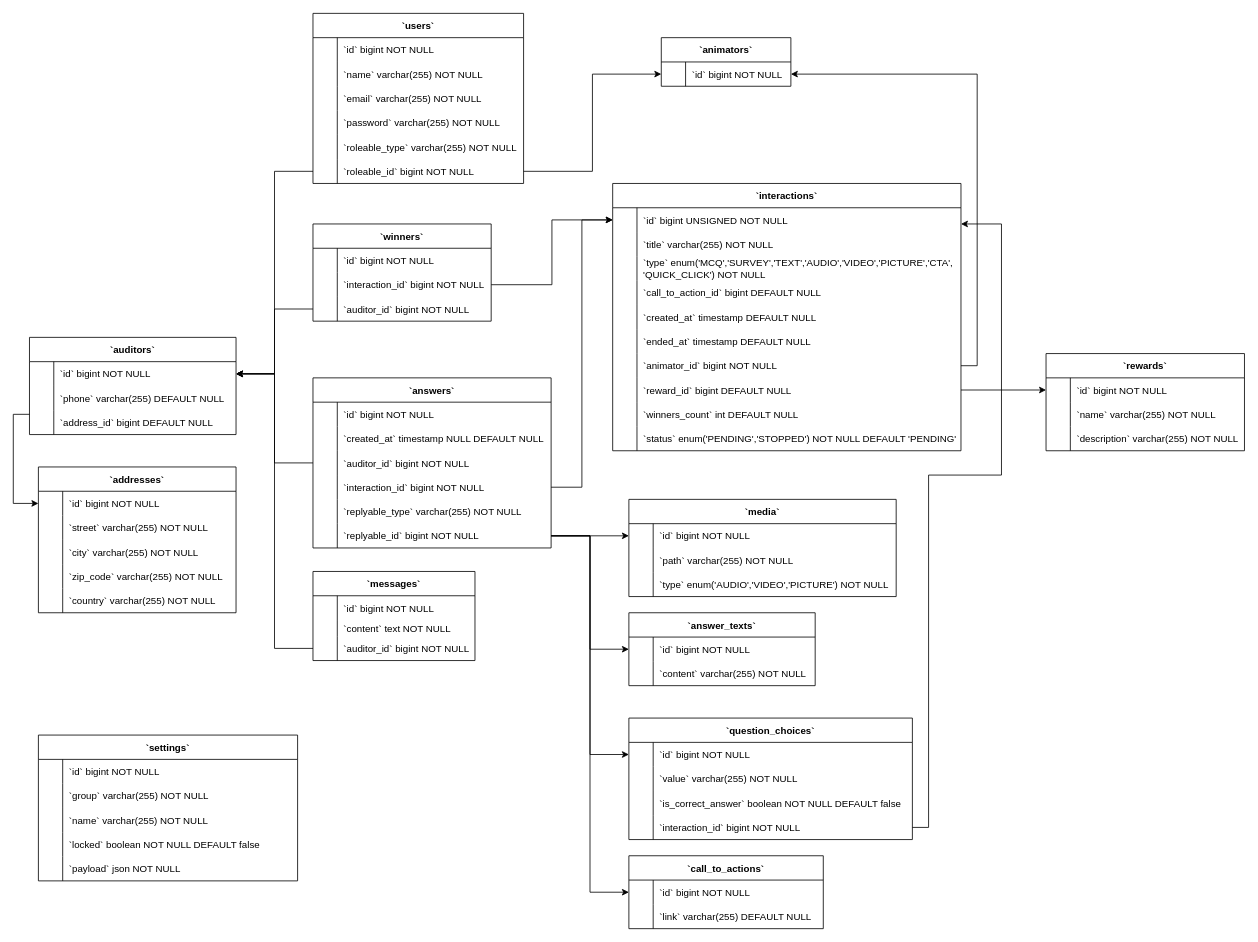
Before: docs/Wiki/Backend/database/schema_relationnel.drawio in C-Super/couleur3, a draw.io diagram. Source tidied: cells renumbered, new cells numbered last; positions are measured from the earlier drawing's top-left corner, leaving out a move shared by most shapes. Both pictures are drawn from the tidied source at 81%, with x=0, y=0 at pixel (13, 13).
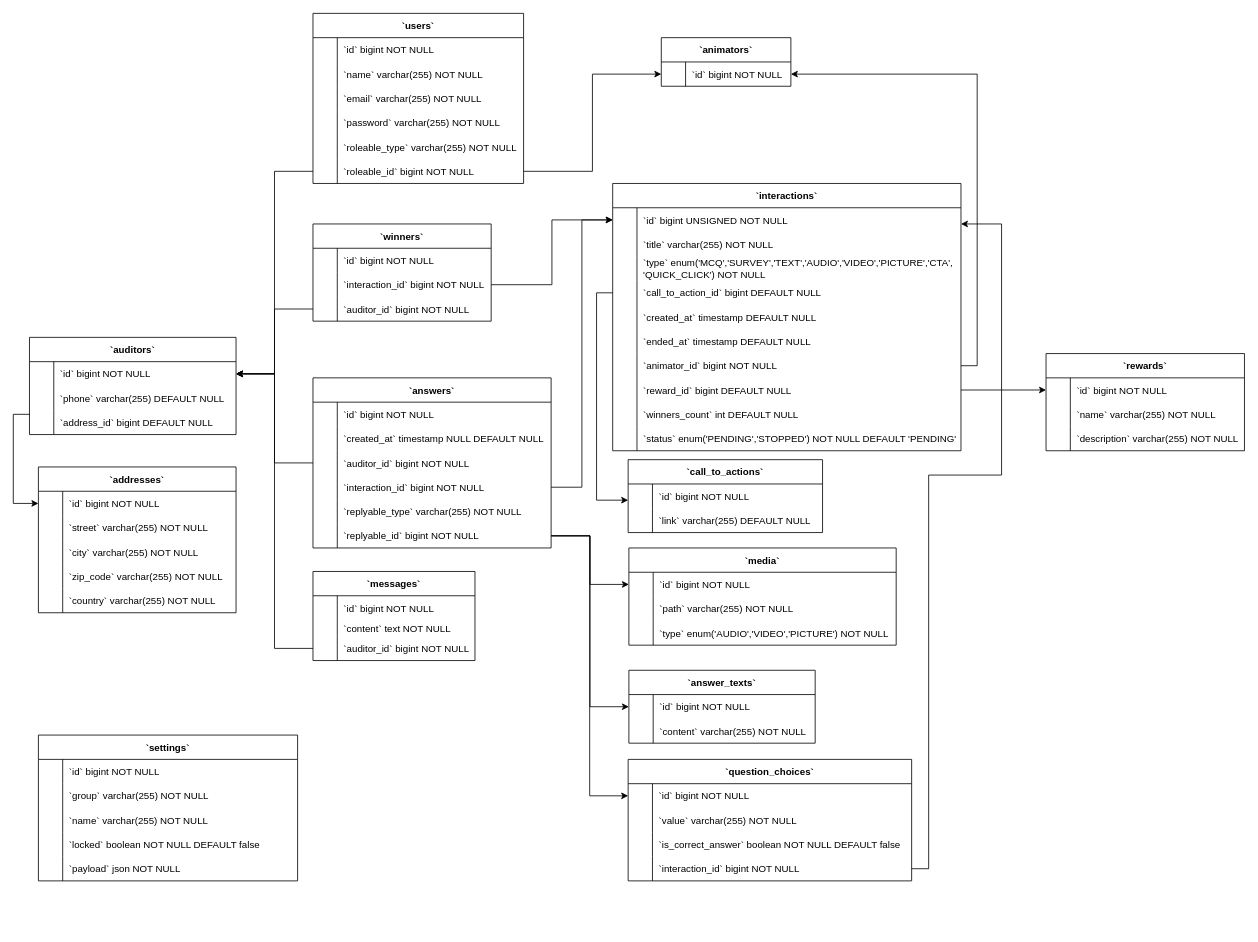
The same diagram, later.

Commit message (it also covers changes not shown here):
modification diagrammes bd

The change refers to these unchanged cells:
```xml
<mxCell id="40" style="shape=tableRow;horizontal=0;startSize=0;swimlaneHead=0;swimlaneBody=0;fillColor=none;points=[[0,0.5],[1,0.5]];portConstraint=eastwest;strokeColor=inherit;top=0;left=0;right=0;bottom=0;" parent="24" vertex="1">
  <mxGeometry y="180" width="294" height="30" as="geometry" />
</mxCell>
<mxCell id="61" style="shape=tableRow;horizontal=0;startSize=0;swimlaneHead=0;swimlaneBody=0;fillColor=none;points=[[0,0.5],[1,0.5]];portConstraint=eastwest;strokeColor=inherit;top=0;left=0;right=0;bottom=0;" parent="60" vertex="1">
  <mxGeometry y="30" width="240" height="30" as="geometry" />
</mxCell>
<mxCell id="68" style="shape=tableRow;horizontal=0;startSize=0;swimlaneHead=0;swimlaneBody=0;fillColor=none;points=[[0,0.5],[1,0.5]];portConstraint=eastwest;strokeColor=inherit;top=0;left=0;right=0;bottom=0;" parent="67" vertex="1">
  <mxGeometry y="30" width="430" height="30" as="geometry" />
</mxCell>
<mxCell id="77" style="shape=tableRow;horizontal=0;startSize=0;swimlaneHead=0;swimlaneBody=0;fillColor=none;points=[[0,0.5],[1,0.5]];portConstraint=eastwest;strokeColor=inherit;top=0;left=0;right=0;bottom=0;" parent="67" vertex="1">
  <mxGeometry y="120" width="430" height="30" as="geometry" />
</mxCell>
<mxCell id="128" style="shape=tableRow;horizontal=0;startSize=0;swimlaneHead=0;swimlaneBody=0;fillColor=none;points=[[0,0.5],[1,0.5]];portConstraint=eastwest;strokeColor=inherit;top=0;left=0;right=0;bottom=0;" parent="118" vertex="1">
  <mxGeometry y="120" width="350" height="30" as="geometry" />
</mxCell>
```

What changed in the source:
```diff
@@
-    <mxCell id="23" style="edgeStyle=orthogonalEdgeStyle;rounded=0;jettySize=auto;html=1;" parent="1" edge="1" source="40" target="61">
-      <mxGeometry relative="1" as="geometry" />
-    </mxCell>
@@
     <mxCell id="43" value="`answer_texts`" style="shape=table;startSize=30;childLayout=tableLayout;rowLines=0;fontStyle=1;align=center;" parent="1" vertex="1">
-      <mxGeometry x="759.9" y="740" width="230" height="90" as="geometry" />
+      <mxGeometry x="759.9" y="811" width="230" height="90" as="geometry" />
     </mxCell>
@@
     <mxCell id="60" value="`call_to_actions`" style="shape=table;startSize=30;childLayout=tableLayout;rowLines=0;fontStyle=1;align=center;" parent="1" vertex="1">
-      <mxGeometry x="759.9" y="1040" width="240" height="90" as="geometry" />
+      <mxGeometry x="759" y="551" width="240" height="90" as="geometry" />
     </mxCell>
@@
     <mxCell id="98" value="`media`" style="shape=table;startSize=30;childLayout=tableLayout;rowLines=0;fontStyle=1;align=center;" parent="1" vertex="1">
-      <mxGeometry x="759.9" y="600" width="330" height="120" as="geometry" />
+      <mxGeometry x="759.9" y="660" width="330" height="120" as="geometry" />
     </mxCell>
@@
     <mxCell id="118" value="`question_choices`" style="shape=table;startSize=30;childLayout=tableLayout;rowLines=0;fontStyle=1;align=center;" parent="1" vertex="1">
-      <mxGeometry x="759.9" y="870" width="350" height="150" as="geometry" />
+      <mxGeometry x="759" y="921" width="350" height="150" as="geometry" />
     </mxCell>
@@
     <mxCell id="196" style="edgeStyle=orthogonalEdgeStyle;rounded=0;jettySize=auto;html=1;" parent="1" edge="1" source="128" target="68">
       <mxGeometry relative="1" as="geometry">
         <Array as="points">
-          <mxPoint x="1129.9" y="1005" />
-          <mxPoint x="1129.9" y="570" />
-          <mxPoint x="1219.9" y="570" />
-          <mxPoint x="1219.9" y="260" />
+          <mxPoint x="1130" y="1056" />
+          <mxPoint x="1130" y="570" />
+          <mxPoint x="1220" y="570" />
+          <mxPoint x="1220" y="260" />
         </Array>
       </mxGeometry>
     </mxCell>
@@
+    <mxCell id="199" style="edgeStyle=orthogonalEdgeStyle;rounded=0;jettySize=auto;html=1;" parent="1" edge="1" source="77" target="61">
+      <mxGeometry relative="1" as="geometry">
+        <Array as="points">
+          <mxPoint x="720" y="345" />
+          <mxPoint x="720" y="601" />
+        </Array>
+      </mxGeometry>
+    </mxCell>
```
